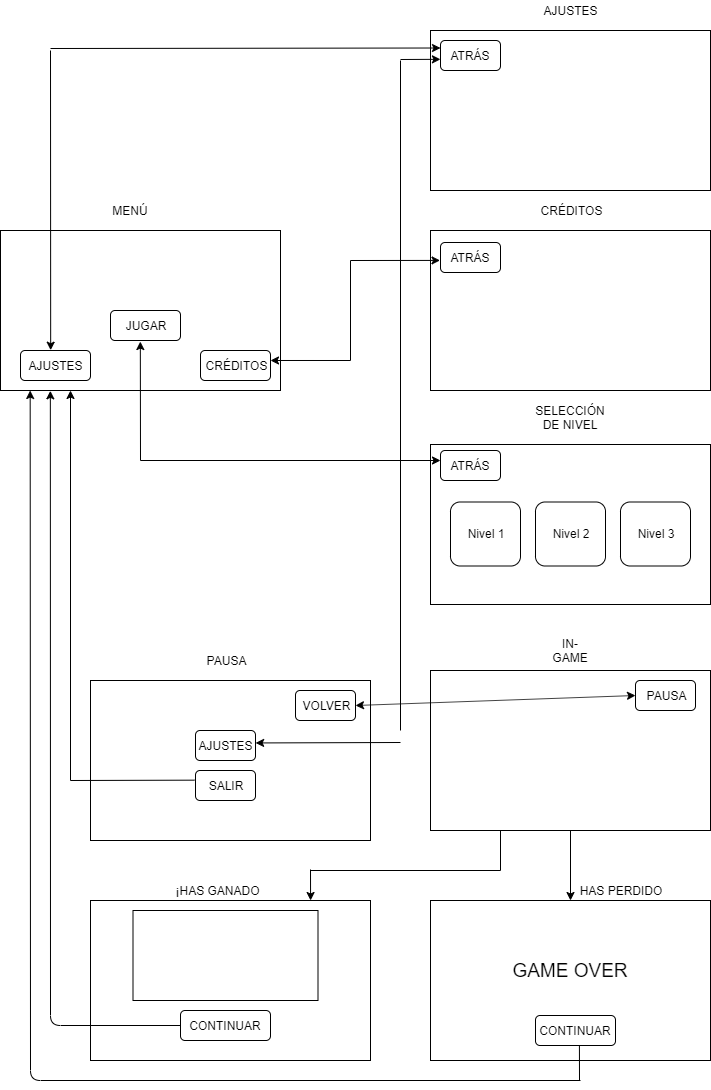
Earlier version of the draw.io export Documentation/DiagramaPantallas.png (RodillosGamingStudio/HackingTowerDefense). Source tidied: cells renumbered, new cells last; positions are measured from the earlier drawing's top-left corner, leaving out a move shared by most shapes.
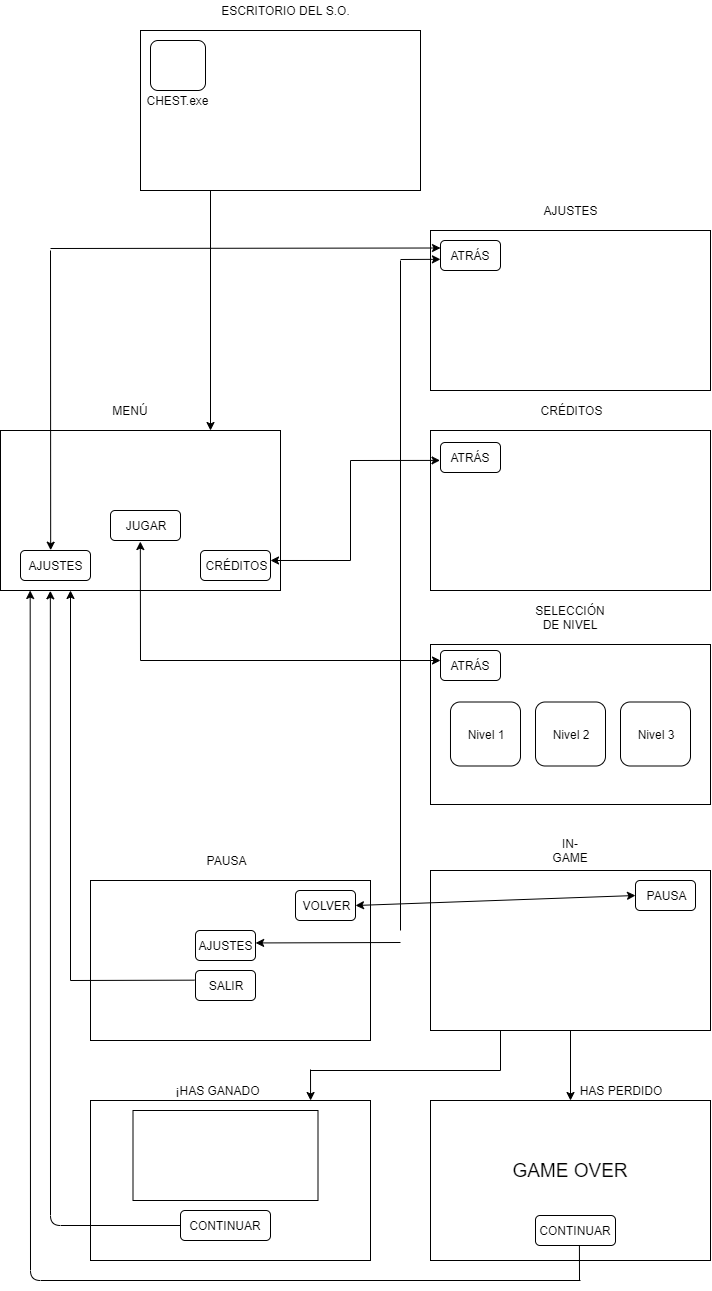
Above is the later version.

Commit message:
Diagrama de pantallas actualizado

What changed in the source:
```diff
@@ -251,5 +251,20 @@
         <mxPoint x="579" y="1080" as="sourcePoint" />
       </mxGeometry>
     </mxCell>
+    <mxCell id="70" style="rounded=0;whiteSpace=wrap;html=1;" parent="1" vertex="1">
+      <mxGeometry x="140" y="-170" width="280" height="160" as="geometry" />
+    </mxCell>
+    <mxCell id="71" value="ESCRITORIO DEL S.O." style="text;html=1;strokeColor=none;fillColor=none;align=center;verticalAlign=middle;whiteSpace=wrap;rounded=0;" parent="1" vertex="1">
+      <mxGeometry x="208.5" y="-200" width="153" height="20" as="geometry" />
+    </mxCell>
+    <mxCell id="72" style="rounded=1;whiteSpace=wrap;html=1;" parent="1" vertex="1">
+      <mxGeometry x="150" y="-160" width="55" height="50" as="geometry" />
+    </mxCell>
+    <mxCell id="73" value="CHEST.exe" style="text;html=1;strokeColor=none;fillColor=none;align=center;verticalAlign=middle;whiteSpace=wrap;rounded=0;" parent="1" vertex="1">
+      <mxGeometry x="157.5" y="-110" width="40" height="20" as="geometry" />
+    </mxCell>
+    <mxCell id="74" style="endArrow=classic;html=1;exitX=0.25;exitY=1;exitDx=0;exitDy=0;entryX=0.75;entryY=0;entryDx=0;entryDy=0;" parent="1" edge="1" source="70" target="2">
+      <mxGeometry relative="1" as="geometry" />
+    </mxCell>
   </root>
 </mxGraphModel>
```
